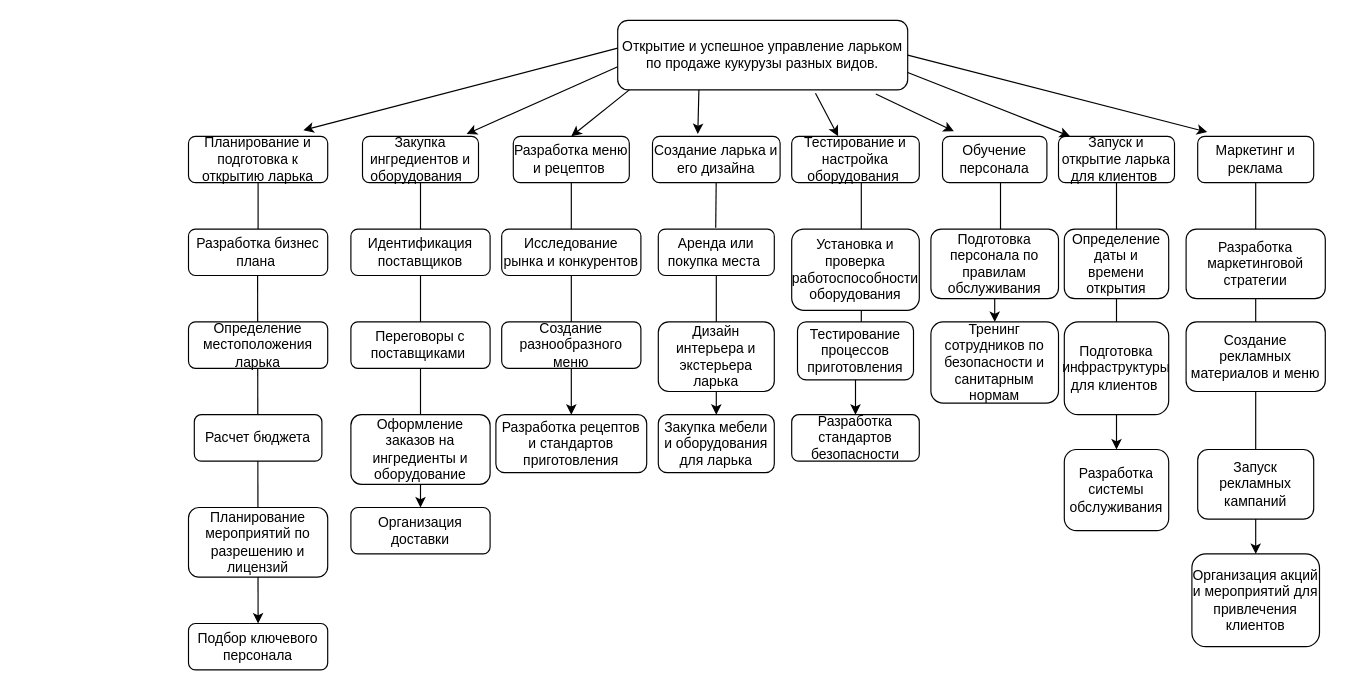
The draw.io diagram Диаграмма без названия.drawio in sayorak/almau, before the edit. Source tidied: cells renumbered, new cells numbered last; positions are measured from the earlier drawing's top-left corner, leaving out a move shared by most shapes. Both pictures are drawn from the tidied source at 116%, with x=0, y=0 at pixel (188, 20).
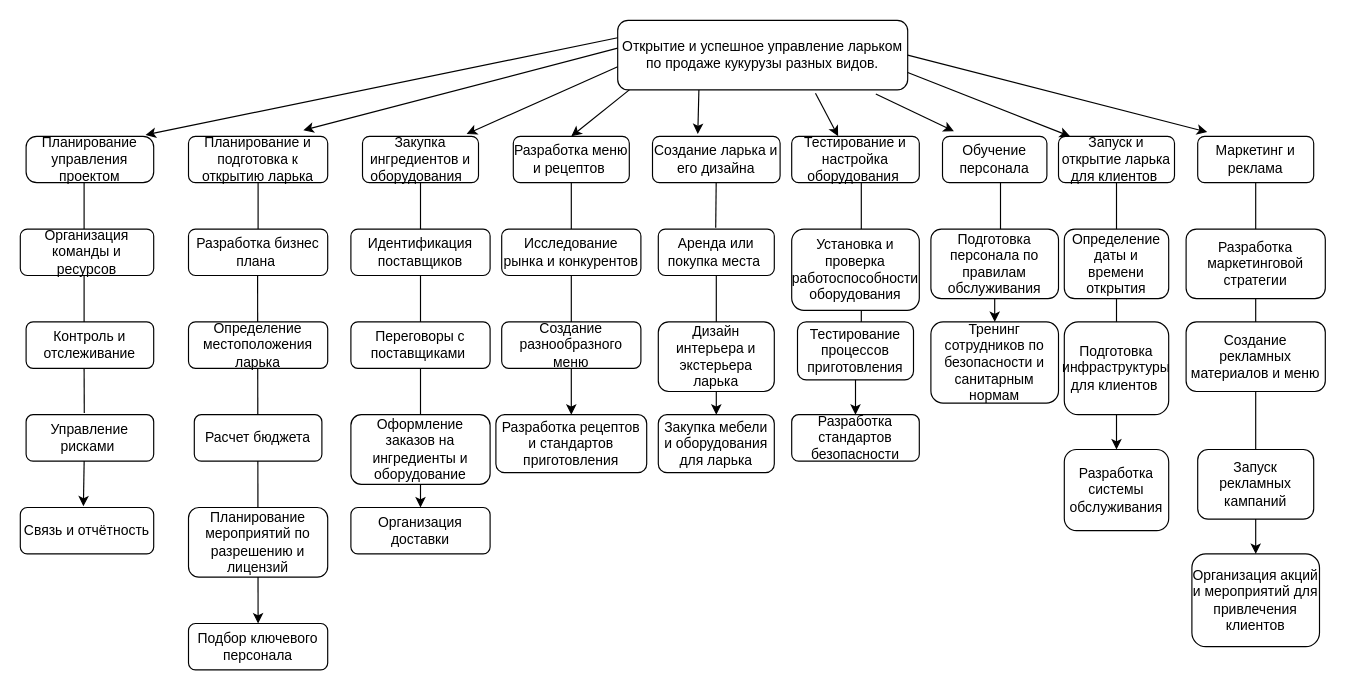
After the change.

Unchanged cells that the change refers to:
```xml
<mxCell id="2" value="Открытие и успешное управление ларьком по продаже кукурузы разных видов." style="rounded=1;whiteSpace=wrap;html=1;" parent="1" vertex="1">
  <mxGeometry x="370" width="250" height="60" as="geometry" />
</mxCell>
```

Change to the diagram source:
```diff
@@
+    <mxCell id="70" style="endArrow=classic;html=1;rounded=0;exitX=0;exitY=0.25;exitDx=0;exitDy=0;entryX=0.936;entryY=-0.03;entryDx=0;entryDy=0;entryPerimeter=0;" parent="1" edge="1" source="2" target="71">
+      <mxGeometry relative="1" as="geometry" />
+    </mxCell>
+    <mxCell id="71" value="Планирование управления проектом" style="rounded=1;whiteSpace=wrap;html=1;arcSize=23;" parent="1" vertex="1">
+      <mxGeometry x="-140" y="100" width="110" height="40" as="geometry" />
+    </mxCell>
+    <mxCell id="72" value="Организация команды и ресурсов" style="rounded=1;whiteSpace=wrap;html=1;" parent="1" vertex="1">
+      <mxGeometry x="-145" y="180" width="115" height="40" as="geometry" />
+    </mxCell>
+    <mxCell id="73" value="Контроль и отслеживание" style="rounded=1;whiteSpace=wrap;html=1;" parent="1" vertex="1">
+      <mxGeometry x="-140" y="260" width="110" height="40" as="geometry" />
+    </mxCell>
+    <mxCell id="74" value="Управление рисками&amp;nbsp;" style="rounded=1;whiteSpace=wrap;html=1;" parent="1" vertex="1">
+      <mxGeometry x="-140" y="340" width="110" height="40" as="geometry" />
+    </mxCell>
+    <mxCell id="75" value="Связь и отчётность" style="rounded=1;whiteSpace=wrap;html=1;" parent="1" vertex="1">
+      <mxGeometry x="-145" y="420" width="115" height="40" as="geometry" />
+    </mxCell>
+    <mxCell id="76" style="endArrow=none;html=1;rounded=0;" parent="1" edge="1">
+      <mxGeometry relative="1" as="geometry">
+        <mxPoint x="-90" y="180" as="sourcePoint" />
+        <mxPoint x="-90" y="140" as="targetPoint" />
+      </mxGeometry>
+    </mxCell>
+    <mxCell id="77" style="endArrow=none;html=1;rounded=0;" parent="1" edge="1">
+      <mxGeometry relative="1" as="geometry">
+        <mxPoint x="-90" y="260" as="sourcePoint" />
+        <mxPoint x="-90" y="220" as="targetPoint" />
+      </mxGeometry>
+    </mxCell>
+    <mxCell id="78" style="endArrow=none;html=1;rounded=0;exitX=0.456;exitY=-0.036;exitDx=0;exitDy=0;exitPerimeter=0;" parent="1" edge="1" source="74">
+      <mxGeometry relative="1" as="geometry">
+        <mxPoint x="-90" y="300" as="targetPoint" />
+      </mxGeometry>
+    </mxCell>
+    <mxCell id="79" style="endArrow=classic;html=1;rounded=0;exitX=0.455;exitY=1;exitDx=0;exitDy=0;exitPerimeter=0;entryX=0.473;entryY=-0.026;entryDx=0;entryDy=0;entryPerimeter=0;" parent="1" edge="1" source="74" target="75">
+      <mxGeometry relative="1" as="geometry" />
+    </mxCell>
```
